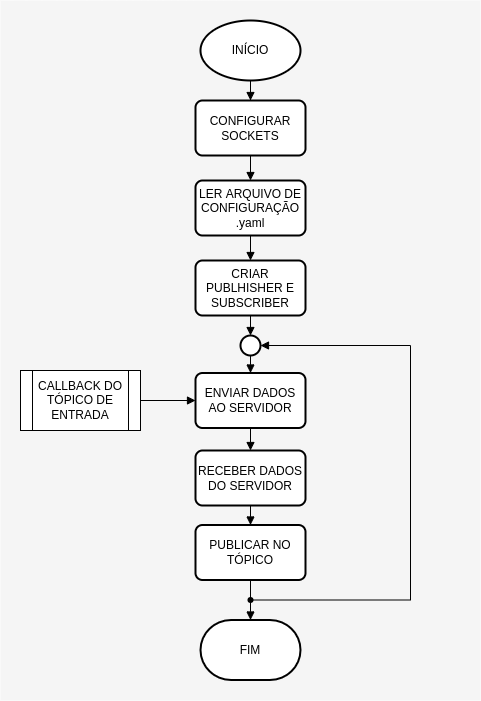
Before: imagens/fluxogramaCliente.png, a diagram exported from draw.io (NestorDP/dissertacao). Source tidied: cells renumbered, new cells last; positions are measured from the earlier drawing's top-left corner, leaving out a move shared by most shapes.
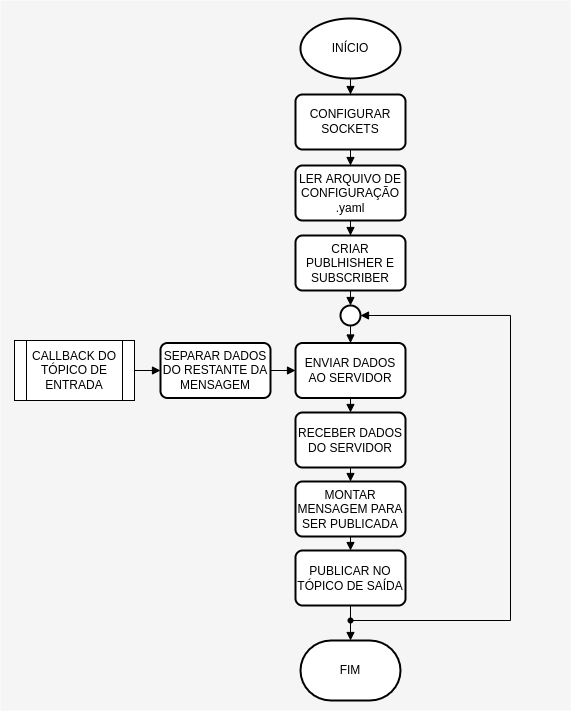
After the change.

Diff of the diagram source:
```diff
@@ -3,28 +3,28 @@
     <mxCell id="0" />
     <mxCell id="1" parent="0" />
     <mxCell id="2" style="rounded=0;whiteSpace=wrap;html=1;strokeColor=none;fillColor=#F5F5F5;" parent="1" vertex="1">
-      <mxGeometry width="480" height="700" as="geometry" />
+      <mxGeometry x="-100" y="30" width="570" height="710" as="geometry" />
     </mxCell>
     <mxCell id="3" style="edgeStyle=orthogonalEdgeStyle;rounded=0;jettySize=auto;html=1;endArrow=block;endFill=1;" parent="1" edge="1" source="4" target="7">
       <mxGeometry relative="1" as="geometry" />
     </mxCell>
     <mxCell id="4" value="INÍCIO" style="strokeWidth=2;html=1;shape=mxgraph.flowchart.start_1;whiteSpace=wrap;" parent="1" vertex="1">
-      <mxGeometry x="200" y="20" width="100" height="60" as="geometry" />
+      <mxGeometry x="200" y="48" width="100" height="60" as="geometry" />
     </mxCell>
     <mxCell id="5" value="FIM" style="strokeWidth=2;html=1;shape=mxgraph.flowchart.terminator;whiteSpace=wrap;" parent="1" vertex="1">
-      <mxGeometry x="200" y="619.5" width="100" height="60" as="geometry" />
+      <mxGeometry x="200" y="670" width="100" height="60" as="geometry" />
     </mxCell>
     <mxCell id="6" style="edgeStyle=orthogonalEdgeStyle;rounded=0;jettySize=auto;html=1;endArrow=block;endFill=1;" parent="1" edge="1" source="7" target="9">
       <mxGeometry relative="1" as="geometry" />
     </mxCell>
     <mxCell id="7" value="CONFIGURAR SOCKETS" style="rounded=1;whiteSpace=wrap;html=1;absoluteArcSize=1;arcSize=14;strokeWidth=2;" parent="1" vertex="1">
-      <mxGeometry x="195" y="100" width="110" height="55" as="geometry" />
+      <mxGeometry x="195" y="124" width="110" height="55" as="geometry" />
     </mxCell>
     <mxCell id="8" style="edgeStyle=orthogonalEdgeStyle;rounded=0;jettySize=auto;html=1;endArrow=block;endFill=1;" parent="1" edge="1" source="9" target="21">
       <mxGeometry relative="1" as="geometry" />
     </mxCell>
     <mxCell id="9" value="LER ARQUIVO DE CONFIGURAÇÃO&lt;br&gt;.yaml" style="rounded=1;whiteSpace=wrap;html=1;absoluteArcSize=1;arcSize=14;strokeWidth=2;" parent="1" vertex="1">
-      <mxGeometry x="195" y="180" width="110" height="55" as="geometry" />
+      <mxGeometry x="195" y="195" width="110" height="55" as="geometry" />
     </mxCell>
     <mxCell id="10" style="edgeStyle=orthogonalEdgeStyle;rounded=0;jettySize=auto;html=1;exitX=0.5;exitY=1;exitDx=0;exitDy=0;entryX=0.5;entryY=0;entryDx=0;entryDy=0;endArrow=block;endFill=1;" parent="1" edge="1" source="11" target="13">
       <mxGeometry relative="1" as="geometry" />
@@ -32,17 +32,17 @@
     <mxCell id="11" value="ENVIAR DADOS AO SERVIDOR" style="rounded=1;whiteSpace=wrap;html=1;absoluteArcSize=1;arcSize=14;strokeWidth=2;" parent="1" vertex="1">
       <mxGeometry x="195" y="372.5" width="110" height="55" as="geometry" />
     </mxCell>
-    <mxCell id="12" style="edgeStyle=orthogonalEdgeStyle;rounded=0;jettySize=auto;html=1;exitX=0.5;exitY=1;exitDx=0;exitDy=0;entryX=0.5;entryY=0;entryDx=0;entryDy=0;endArrow=block;endFill=1;" parent="1" edge="1" source="13" target="15">
-      <mxGeometry relative="1" as="geometry" />
-    </mxCell>
+    <mxCell id="25" style="edgeStyle=orthogonalEdgeStyle;rounded=0;jettySize=auto;html=1;endArrow=block;endFill=1;" parent="1" edge="1" source="13" target="30">
+      <mxGeometry relative="1" as="geometry" />
+    </mxCell>
     <mxCell id="13" value="RECEBER DADOS DO SERVIDOR" style="rounded=1;whiteSpace=wrap;html=1;absoluteArcSize=1;arcSize=14;strokeWidth=2;" parent="1" vertex="1">
-      <mxGeometry x="195" y="450" width="110" height="55" as="geometry" />
+      <mxGeometry x="195" y="442" width="110" height="55" as="geometry" />
     </mxCell>
     <mxCell id="14" style="edgeStyle=orthogonalEdgeStyle;rounded=0;jettySize=auto;html=1;exitX=0.5;exitY=1;exitDx=0;exitDy=0;endArrow=none;endFill=0;" parent="1" edge="1" source="15" target="24">
       <mxGeometry relative="1" as="geometry" />
     </mxCell>
-    <mxCell id="15" value="PUBLICAR NO TÓPICO" style="rounded=1;whiteSpace=wrap;html=1;absoluteArcSize=1;arcSize=14;strokeWidth=2;" parent="1" vertex="1">
-      <mxGeometry x="195" y="524.5" width="110" height="55" as="geometry" />
+    <mxCell id="15" value="PUBLICAR NO TÓPICO DE SAÍDA" style="rounded=1;whiteSpace=wrap;html=1;absoluteArcSize=1;arcSize=14;strokeWidth=2;" parent="1" vertex="1">
+      <mxGeometry x="195" y="580" width="110" height="55" as="geometry" />
     </mxCell>
     <mxCell id="16" style="edgeStyle=orthogonalEdgeStyle;rounded=0;jettySize=auto;html=1;exitX=0.5;exitY=1;exitDx=0;exitDy=0;exitPerimeter=0;entryX=0.5;entryY=0;entryDx=0;entryDy=0;endArrow=block;endFill=1;" parent="1" edge="1" source="17" target="11">
       <mxGeometry relative="1" as="geometry" />
@@ -53,7 +53,7 @@
     <mxCell id="18" style="edgeStyle=orthogonalEdgeStyle;rounded=0;jettySize=auto;html=1;endArrow=block;endFill=1;entryX=1;entryY=0.5;entryDx=0;entryDy=0;entryPerimeter=0;exitX=0.558;exitY=0.508;exitDx=0;exitDy=0;exitPerimeter=0;" parent="1" edge="1" source="24" target="17">
       <mxGeometry relative="1" as="geometry">
         <Array as="points">
-          <mxPoint x="410" y="599" />
+          <mxPoint x="410" y="650" />
           <mxPoint x="410" y="345" />
         </Array>
       </mxGeometry>
@@ -65,16 +65,28 @@
       <mxGeometry relative="1" as="geometry" />
     </mxCell>
     <mxCell id="21" value="CRIAR PUBLHISHER E SUBSCRIBER" style="rounded=1;whiteSpace=wrap;html=1;absoluteArcSize=1;arcSize=14;strokeWidth=2;" parent="1" vertex="1">
-      <mxGeometry x="195" y="260" width="110" height="55" as="geometry" />
+      <mxGeometry x="195" y="265" width="110" height="55" as="geometry" />
     </mxCell>
-    <mxCell id="22" style="edgeStyle=orthogonalEdgeStyle;rounded=0;jettySize=auto;html=1;endArrow=block;endFill=1;" parent="1" edge="1" source="23" target="11">
-      <mxGeometry relative="1" as="geometry" />
-    </mxCell>
+    <mxCell id="26" style="edgeStyle=orthogonalEdgeStyle;rounded=0;jettySize=auto;html=1;endArrow=block;endFill=1;" parent="1" edge="1" source="23" target="28">
+      <mxGeometry relative="1" as="geometry" />
+    </mxCell>
     <mxCell id="23" value="&lt;span&gt;CALLBACK DO TÓPICO DE ENTRADA&lt;/span&gt;" style="shape=process;whiteSpace=wrap;html=1;backgroundOutline=1;" parent="1" vertex="1">
-      <mxGeometry x="20" y="370" width="120" height="60" as="geometry" />
+      <mxGeometry x="-86" y="370" width="120" height="60" as="geometry" />
     </mxCell>
     <mxCell id="24" style="shape=waypoint;sketch=0;fillStyle=solid;size=6;points=[];fillColor=none;perimeter=centerPerimeter;snapToPoint=1;" parent="1" vertex="1">
-      <mxGeometry x="230" y="579.5" width="40" height="40" as="geometry" />
+      <mxGeometry x="230" y="630" width="40" height="40" as="geometry" />
     </mxCell>
+    <mxCell id="27" style="edgeStyle=orthogonalEdgeStyle;rounded=0;jettySize=auto;html=1;endArrow=block;endFill=1;" parent="1" edge="1" source="28" target="11">
+      <mxGeometry relative="1" as="geometry" />
+    </mxCell>
+    <mxCell id="28" value="&lt;span style=&quot;&quot;&gt;SEPARAR DADOS DO RESTANTE DA MENSAGEM&lt;/span&gt;" style="rounded=1;whiteSpace=wrap;html=1;absoluteArcSize=1;arcSize=14;strokeWidth=2;" parent="1" vertex="1">
+      <mxGeometry x="60" y="372.5" width="110" height="55" as="geometry" />
+    </mxCell>
+    <mxCell id="29" style="edgeStyle=orthogonalEdgeStyle;rounded=0;jettySize=auto;html=1;exitX=0.5;exitY=1;exitDx=0;exitDy=0;entryX=0.5;entryY=0;entryDx=0;entryDy=0;endArrow=block;endFill=1;" parent="1" edge="1" source="30" target="15">
+      <mxGeometry relative="1" as="geometry" />
+    </mxCell>
+    <mxCell id="30" value="MONTAR MENSAGEM PARA SER PUBLICADA" style="rounded=1;whiteSpace=wrap;html=1;absoluteArcSize=1;arcSize=14;strokeWidth=2;" parent="1" vertex="1">
+      <mxGeometry x="195" y="511" width="110" height="55" as="geometry" />
+    </mxCell>
   </root>
 </mxGraphModel>
```
